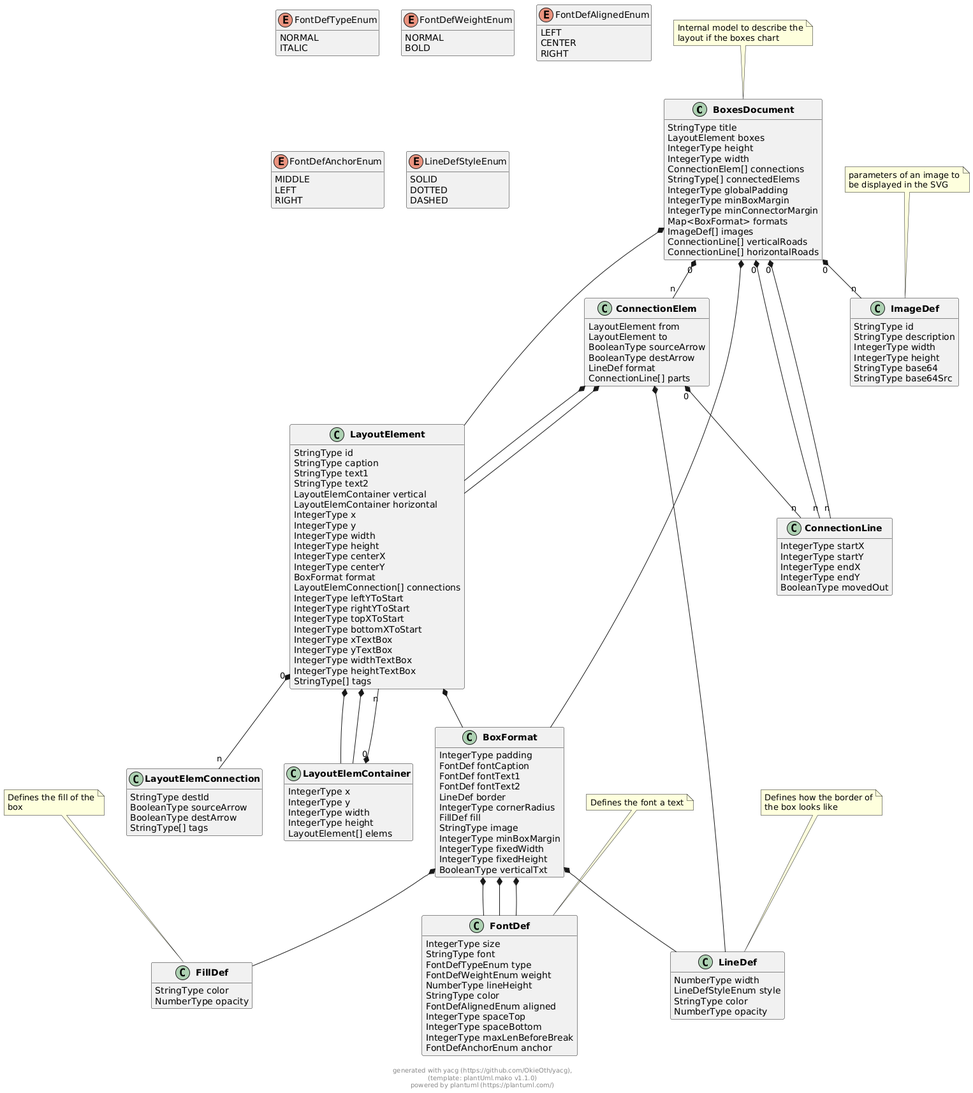
Before: docs/models/png/boxes_document.png, a diagram exported from PlantUML (OkieOth/draw.chart.things).
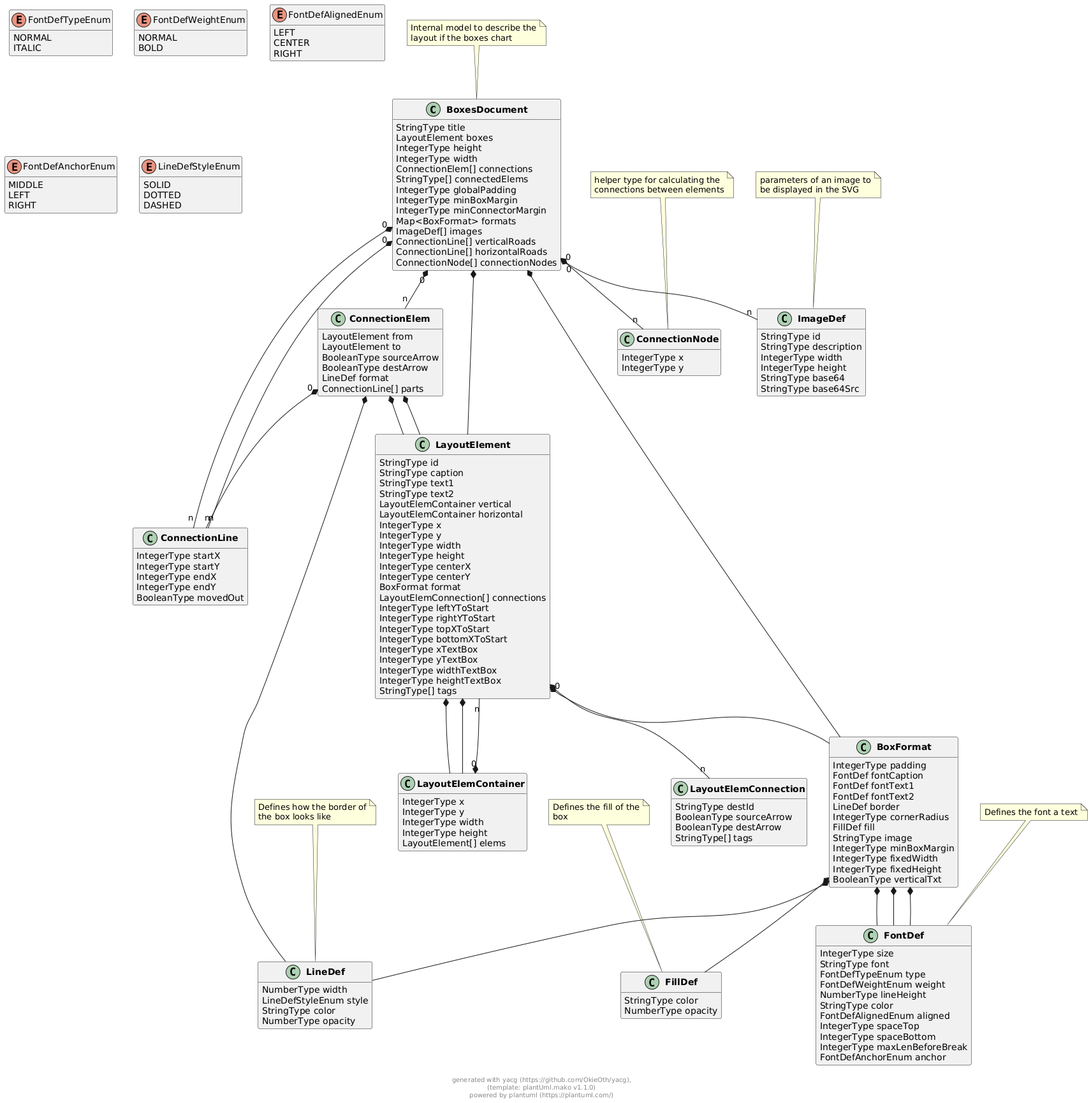
The same file after the commit.

Commit message:
extended boxesdoc type with connection nodes

The edit, as a diff of the source:
```diff
@@ -17,6 +17,7 @@
         ImageDef[] images
         ConnectionLine[] verticalRoads
         ConnectionLine[] horizontalRoads
+        ConnectionNode[] connectionNodes
 }
 note top: Internal model to describe the\nlayout if the boxes chart
 
@@ -86,6 +87,14 @@
         IntegerType endY
         BooleanType movedOut
 }
+
+
+
+class "**ConnectionNode**" as ConnectionNode {
+        IntegerType x
+        IntegerType y
+}
+note top: helper type for calculating the\nconnections between elements
 
 
 
@@ -204,6 +213,8 @@
 
 BoxesDocument "0" *-- "n" ConnectionLine
 
+BoxesDocument "0" *-- "n" ConnectionNode
+
 
 
 
@@ -273,6 +284,9 @@
 
 
 
+
+
+
 LayoutElemContainer "0" *-- "n" LayoutElement
 
 
```
